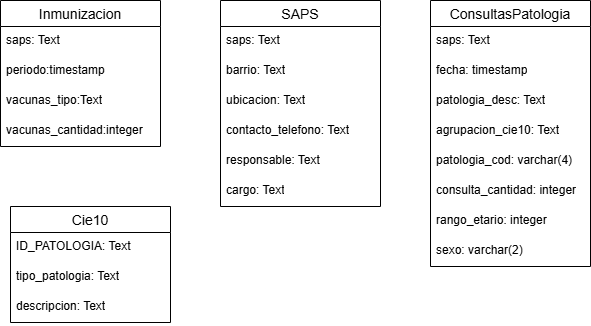
eme-19-87/DataAnalytics_Patologias_SAPS_Ctes keeps this draw.io diagram as assets/img/draw-io/primer_esquema_SAPS.png. Above is the earlier version. Source tidied: cells renumbered, new cells last; positions are measured from the earlier drawing's top-left corner, leaving out a move shared by most shapes.
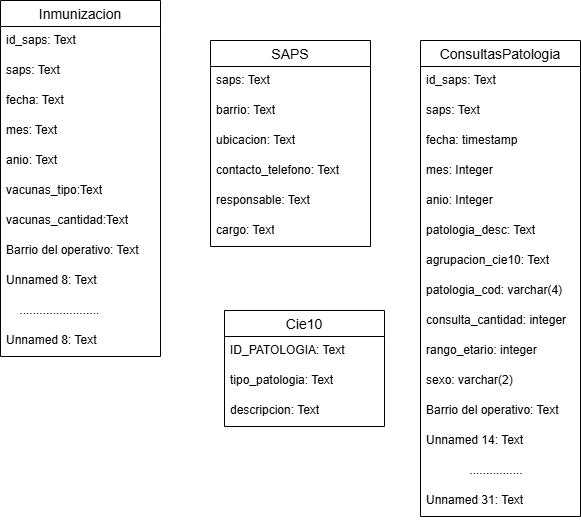
The same diagram one commit later.

Change to the diagram source:
```diff
@@ -3,32 +3,53 @@
     <mxCell id="0" />
     <mxCell id="1" parent="0" />
     <mxCell id="2" value="ConsultasPatologia" style="swimlane;fontStyle=0;horizontal=1;startSize=26;align=center;fontSize=14;" parent="1" vertex="1">
-      <mxGeometry x="430" width="160" height="266" as="geometry" />
+      <mxGeometry x="430" width="160" height="476" as="geometry" />
     </mxCell>
+    <mxCell id="27" value="id_saps: Text" style="text;strokeColor=none;fillColor=none;spacingLeft=4;spacingRight=4;overflow=hidden;fontSize=12;whiteSpace=wrap;html=1;" parent="2" vertex="1">
+      <mxGeometry y="26" width="160" height="30" as="geometry" />
+    </mxCell>
     <mxCell id="3" value="saps: Text" style="text;strokeColor=none;fillColor=none;spacingLeft=4;spacingRight=4;overflow=hidden;fontSize=12;whiteSpace=wrap;html=1;" parent="2" vertex="1">
-      <mxGeometry y="26" width="160" height="30" as="geometry" />
+      <mxGeometry y="56" width="160" height="30" as="geometry" />
     </mxCell>
     <mxCell id="4" value="fecha: timestamp" style="text;strokeColor=none;fillColor=none;spacingLeft=4;spacingRight=4;overflow=hidden;fontSize=12;whiteSpace=wrap;html=1;" parent="2" vertex="1">
-      <mxGeometry y="56" width="160" height="30" as="geometry" />
+      <mxGeometry y="86" width="160" height="30" as="geometry" />
     </mxCell>
+    <mxCell id="28" value="mes: Integer" style="text;strokeColor=none;fillColor=none;spacingLeft=4;spacingRight=4;overflow=hidden;fontSize=12;whiteSpace=wrap;html=1;" parent="2" vertex="1">
+      <mxGeometry y="116" width="160" height="30" as="geometry" />
+    </mxCell>
+    <mxCell id="29" value="anio: Integer" style="text;strokeColor=none;fillColor=none;spacingLeft=4;spacingRight=4;overflow=hidden;fontSize=12;whiteSpace=wrap;html=1;" parent="2" vertex="1">
+      <mxGeometry y="146" width="160" height="30" as="geometry" />
+    </mxCell>
     <mxCell id="5" value="patologia_desc: Text" style="text;strokeColor=none;fillColor=none;spacingLeft=4;spacingRight=4;overflow=hidden;fontSize=12;whiteSpace=wrap;html=1;" parent="2" vertex="1">
-      <mxGeometry y="86" width="160" height="30" as="geometry" />
+      <mxGeometry y="176" width="160" height="30" as="geometry" />
     </mxCell>
     <mxCell id="6" value="agrupacion_cie10: Text" style="text;strokeColor=none;fillColor=none;spacingLeft=4;spacingRight=4;overflow=hidden;fontSize=12;whiteSpace=wrap;html=1;" parent="2" vertex="1">
-      <mxGeometry y="116" width="160" height="30" as="geometry" />
+      <mxGeometry y="206" width="160" height="30" as="geometry" />
     </mxCell>
     <mxCell id="7" value="patologia_cod: varchar(4)" style="text;strokeColor=none;fillColor=none;spacingLeft=4;spacingRight=4;overflow=hidden;fontSize=12;whiteSpace=wrap;html=1;" parent="2" vertex="1">
-      <mxGeometry y="146" width="160" height="30" as="geometry" />
+      <mxGeometry y="236" width="160" height="30" as="geometry" />
     </mxCell>
     <mxCell id="8" value="consulta_cantidad: integer" style="text;strokeColor=none;fillColor=none;spacingLeft=4;spacingRight=4;overflow=hidden;fontSize=12;whiteSpace=wrap;html=1;" parent="2" vertex="1">
-      <mxGeometry y="176" width="160" height="30" as="geometry" />
+      <mxGeometry y="266" width="160" height="30" as="geometry" />
     </mxCell>
     <mxCell id="9" value="rango_etario: integer" style="text;strokeColor=none;fillColor=none;spacingLeft=4;spacingRight=4;overflow=hidden;fontSize=12;whiteSpace=wrap;html=1;" parent="2" vertex="1">
-      <mxGeometry y="206" width="160" height="30" as="geometry" />
+      <mxGeometry y="296" width="160" height="30" as="geometry" />
     </mxCell>
     <mxCell id="10" value="sexo: varchar(2)" style="text;strokeColor=none;fillColor=none;spacingLeft=4;spacingRight=4;overflow=hidden;fontSize=12;whiteSpace=wrap;html=1;" parent="2" vertex="1">
-      <mxGeometry y="236" width="160" height="30" as="geometry" />
+      <mxGeometry y="326" width="160" height="30" as="geometry" />
     </mxCell>
+    <mxCell id="30" value="Barrio del operativo: Text" style="text;strokeColor=none;fillColor=none;spacingLeft=4;spacingRight=4;overflow=hidden;fontSize=12;whiteSpace=wrap;html=1;" parent="2" vertex="1">
+      <mxGeometry y="356" width="160" height="30" as="geometry" />
+    </mxCell>
+    <mxCell id="31" value="Unnamed 14: Text" style="text;strokeColor=none;fillColor=none;spacingLeft=4;spacingRight=4;overflow=hidden;fontSize=12;whiteSpace=wrap;html=1;" parent="2" vertex="1">
+      <mxGeometry y="386" width="160" height="30" as="geometry" />
+    </mxCell>
+    <mxCell id="32" value="&amp;nbsp; &amp;nbsp; &amp;nbsp; &amp;nbsp; &amp;nbsp; &amp;nbsp; &amp;nbsp;................" style="text;strokeColor=none;fillColor=none;spacingLeft=4;spacingRight=4;overflow=hidden;fontSize=12;whiteSpace=wrap;html=1;" parent="2" vertex="1">
+      <mxGeometry y="416" width="160" height="30" as="geometry" />
+    </mxCell>
+    <mxCell id="33" value="Unnamed 31: Text" style="text;strokeColor=none;fillColor=none;spacingLeft=4;spacingRight=4;overflow=hidden;fontSize=12;whiteSpace=wrap;html=1;" parent="2" vertex="1">
+      <mxGeometry y="446" width="160" height="30" as="geometry" />
+    </mxCell>
     <mxCell id="11" value="SAPS" style="swimlane;fontStyle=0;horizontal=1;startSize=26;align=center;fontSize=14;" parent="1" vertex="1">
       <mxGeometry x="220" width="160" height="206" as="geometry" />
     </mxCell>
@@ -51,22 +72,43 @@
       <mxGeometry y="176" width="160" height="30" as="geometry" />
     </mxCell>
     <mxCell id="18" value="Inmunizacion" style="swimlane;fontStyle=0;horizontal=1;startSize=26;align=center;fontSize=14;" parent="1" vertex="1">
-      <mxGeometry width="160" height="146" as="geometry" />
+      <mxGeometry x="10" y="-40" width="160" height="356" as="geometry" />
     </mxCell>
+    <mxCell id="34" value="id_saps: Text" style="text;strokeColor=none;fillColor=none;spacingLeft=4;spacingRight=4;overflow=hidden;fontSize=12;whiteSpace=wrap;html=1;" parent="18" vertex="1">
+      <mxGeometry y="26" width="160" height="30" as="geometry" />
+    </mxCell>
     <mxCell id="19" value="saps: Text" style="text;strokeColor=none;fillColor=none;spacingLeft=4;spacingRight=4;overflow=hidden;fontSize=12;whiteSpace=wrap;html=1;" parent="18" vertex="1">
-      <mxGeometry y="26" width="160" height="30" as="geometry" />
+      <mxGeometry y="56" width="160" height="30" as="geometry" />
     </mxCell>
-    <mxCell id="20" value="periodo:timestamp" style="text;strokeColor=none;fillColor=none;spacingLeft=4;spacingRight=4;overflow=hidden;fontSize=12;whiteSpace=wrap;html=1;" parent="18" vertex="1">
-      <mxGeometry y="56" width="160" height="30" as="geometry" />
+    <mxCell id="20" value="fecha: Text" style="text;strokeColor=none;fillColor=none;spacingLeft=4;spacingRight=4;overflow=hidden;fontSize=12;whiteSpace=wrap;html=1;" parent="18" vertex="1">
+      <mxGeometry y="86" width="160" height="30" as="geometry" />
     </mxCell>
+    <mxCell id="35" value="mes: Text" style="text;strokeColor=none;fillColor=none;spacingLeft=4;spacingRight=4;overflow=hidden;fontSize=12;whiteSpace=wrap;html=1;" parent="18" vertex="1">
+      <mxGeometry y="116" width="160" height="30" as="geometry" />
+    </mxCell>
+    <mxCell id="36" value="anio: Text" style="text;strokeColor=none;fillColor=none;spacingLeft=4;spacingRight=4;overflow=hidden;fontSize=12;whiteSpace=wrap;html=1;" parent="18" vertex="1">
+      <mxGeometry y="146" width="160" height="30" as="geometry" />
+    </mxCell>
     <mxCell id="21" value="vacunas_tipo:Text" style="text;strokeColor=none;fillColor=none;spacingLeft=4;spacingRight=4;overflow=hidden;fontSize=12;whiteSpace=wrap;html=1;" parent="18" vertex="1">
-      <mxGeometry y="86" width="160" height="30" as="geometry" />
+      <mxGeometry y="176" width="160" height="30" as="geometry" />
     </mxCell>
-    <mxCell id="22" value="vacunas_cantidad:integer" style="text;strokeColor=none;fillColor=none;spacingLeft=4;spacingRight=4;overflow=hidden;fontSize=12;whiteSpace=wrap;html=1;" parent="18" vertex="1">
-      <mxGeometry y="116" width="160" height="30" as="geometry" />
+    <mxCell id="22" value="vacunas_cantidad:Text" style="text;strokeColor=none;fillColor=none;spacingLeft=4;spacingRight=4;overflow=hidden;fontSize=12;whiteSpace=wrap;html=1;" parent="18" vertex="1">
+      <mxGeometry y="206" width="160" height="30" as="geometry" />
     </mxCell>
+    <mxCell id="37" value="Barrio del operativo: Text" style="text;strokeColor=none;fillColor=none;spacingLeft=4;spacingRight=4;overflow=hidden;fontSize=12;whiteSpace=wrap;html=1;" parent="18" vertex="1">
+      <mxGeometry y="236" width="160" height="30" as="geometry" />
+    </mxCell>
+    <mxCell id="38" value="Unnamed 8: Text" style="text;strokeColor=none;fillColor=none;spacingLeft=4;spacingRight=4;overflow=hidden;fontSize=12;whiteSpace=wrap;html=1;" parent="18" vertex="1">
+      <mxGeometry y="266" width="160" height="30" as="geometry" />
+    </mxCell>
+    <mxCell id="39" value="&amp;nbsp; &amp;nbsp; ........................" style="text;strokeColor=none;fillColor=none;spacingLeft=4;spacingRight=4;overflow=hidden;fontSize=12;whiteSpace=wrap;html=1;" parent="18" vertex="1">
+      <mxGeometry y="296" width="160" height="30" as="geometry" />
+    </mxCell>
+    <mxCell id="40" value="Unnamed 8: Text" style="text;strokeColor=none;fillColor=none;spacingLeft=4;spacingRight=4;overflow=hidden;fontSize=12;whiteSpace=wrap;html=1;" parent="18" vertex="1">
+      <mxGeometry y="326" width="160" height="30" as="geometry" />
+    </mxCell>
     <mxCell id="23" value="Cie10" style="swimlane;fontStyle=0;horizontal=1;startSize=26;align=center;fontSize=14;" parent="1" vertex="1">
-      <mxGeometry x="10" y="206" width="160" height="116" as="geometry" />
+      <mxGeometry x="234" y="270" width="160" height="116" as="geometry" />
     </mxCell>
     <mxCell id="24" value="ID_PATOLOGIA: Text" style="text;strokeColor=none;fillColor=none;spacingLeft=4;spacingRight=4;overflow=hidden;fontSize=12;whiteSpace=wrap;html=1;" parent="23" vertex="1">
       <mxGeometry y="26" width="160" height="30" as="geometry" />
```
